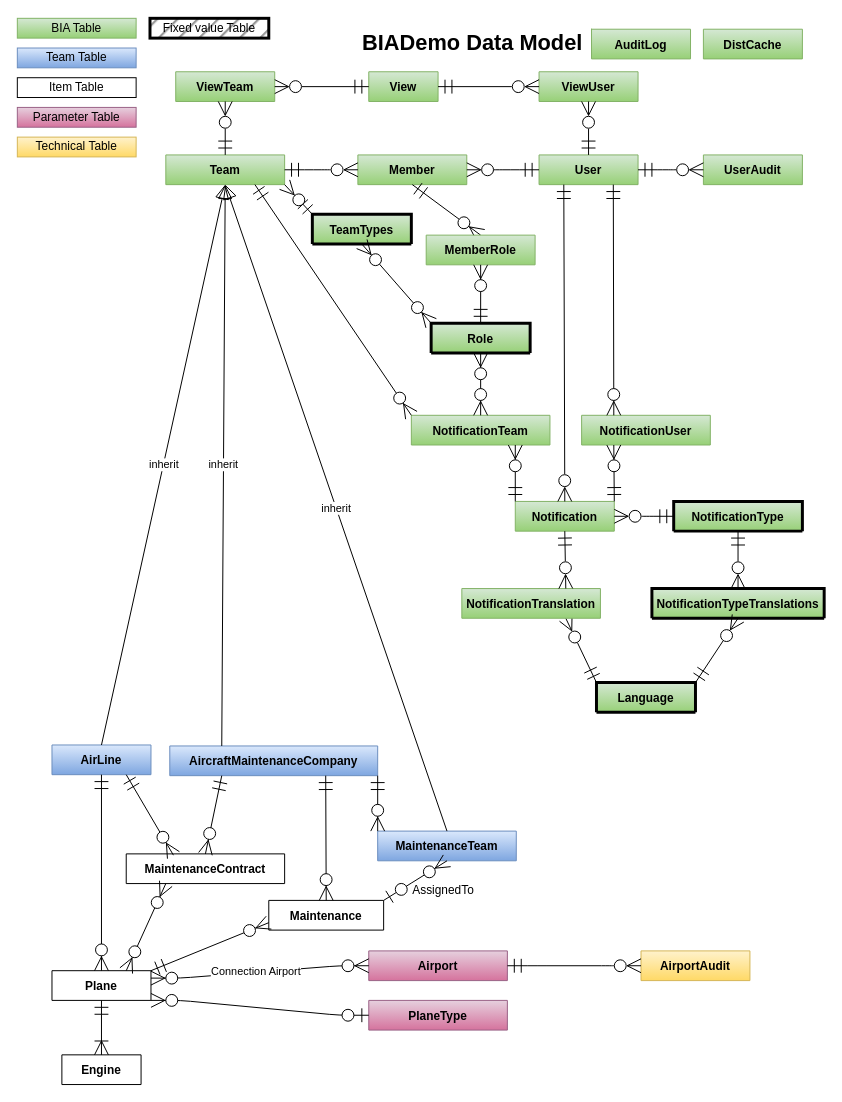
Above: DataModel.drawio in BIATeam/BIAMonitoring (draw.io), before the change. Source tidied: cells renumbered, new cells numbered last; positions are measured from the earlier drawing's top-left corner, leaving out a move shared by most shapes. Both pictures are drawn from the tidied source at 99%, with x=0, y=0 at pixel (17, 18).
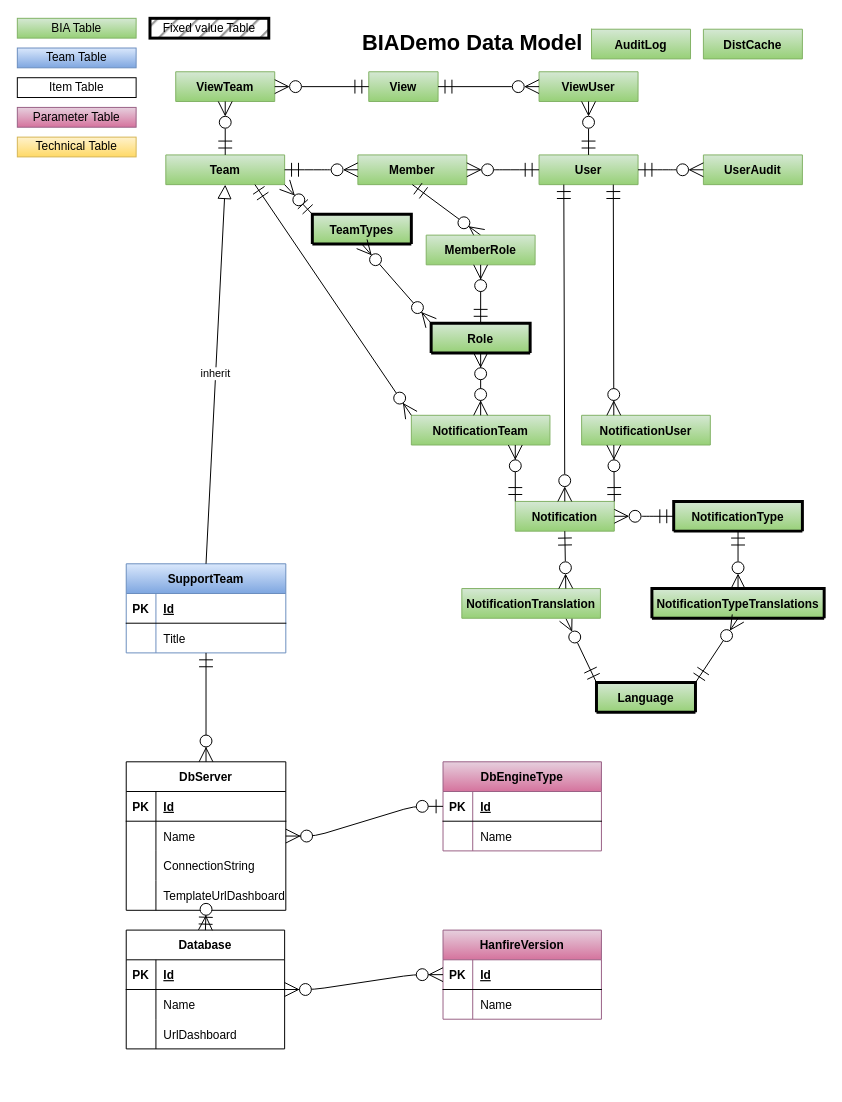
The same page after the edit.

Commit message (it also covers changes not shown here):
prepare model

The change refers to these unchanged cells:
```xml
<mxCell id="2" value="Team" style="shape=table;startSize=30;childLayout=tableLayout;rowLines=0;fontStyle=1;align=center;fillColor=#d5e8d4;gradientColor=#97d077;strokeColor=#82b366;" parent="1" vertex="1" collapsed="1">
  <mxGeometry x="150" y="138" width="120" height="30" as="geometry" />
</mxCell>
```

Change to the diagram source:
```diff
@@
-    <mxCell id="9" value="AirLine" style="shape=table;startSize=30;childLayout=tableLayout;rowLines=0;fontStyle=1;align=center;fillColor=#dae8fc;gradientColor=#7ea6e0;strokeColor=#6c8ebf;" parent="1" vertex="1" collapsed="1">
-      <mxGeometry x="35" y="734" width="100" height="30" as="geometry" />
-    </mxCell>
-    <mxCell id="10" value="inherit" style="endArrow=block;endFill=0;endSize=12;html=1;exitX=0.5;exitY=0;exitDx=0;exitDy=0;entryX=0.5;entryY=1;entryDx=0;entryDy=0;" parent="1" edge="1" source="9" target="2">
-      <mxGeometry relative="1" as="geometry" />
-    </mxCell>
-    <mxCell id="11" value="AircraftMaintenanceCompany" style="shape=table;startSize=30;childLayout=tableLayout;rowLines=0;fontStyle=1;align=center;fillColor=#dae8fc;gradientColor=#7ea6e0;strokeColor=#6c8ebf;" parent="1" vertex="1" collapsed="1">
-      <mxGeometry x="154" y="735" width="210" height="30" as="geometry" />
+    <mxCell id="11" value="SupportTeam" style="shape=table;startSize=30;childLayout=tableLayout;rowLines=0;fontStyle=1;align=center;fillColor=#dae8fc;gradientColor=#7ea6e0;strokeColor=#6c8ebf;" parent="1" vertex="1">
+      <mxGeometry x="110" y="551" width="161.2" height="90" as="geometry" />
     </mxCell>
+    <mxCell id="76" style="shape=tableRow;horizontal=0;startSize=0;swimlaneHead=0;swimlaneBody=0;fillColor=none;top=0;left=0;right=0;bottom=1;" parent="11" vertex="1">
+      <mxGeometry y="30" width="161.2" height="30" as="geometry" />
+    </mxCell>
+    <mxCell id="77" value="PK" style="shape=partialRectangle;fillColor=none;top=0;left=0;bottom=0;right=0;fontStyle=1;overflow=hidden;" parent="76" vertex="1">
+      <mxGeometry width="30" height="30" as="geometry" />
+    </mxCell>
+    <mxCell id="78" value="Id" style="shape=partialRectangle;fillColor=none;top=0;left=0;bottom=0;right=0;align=left;spacingLeft=6;fontStyle=5;overflow=hidden;" parent="76" vertex="1">
+      <mxGeometry x="30" width="131.2" height="30" as="geometry" />
+    </mxCell>
+    <mxCell id="79" style="shape=tableRow;horizontal=0;startSize=0;swimlaneHead=0;swimlaneBody=0;fillColor=none;top=0;left=0;right=0;bottom=0;" parent="11" vertex="1">
+      <mxGeometry y="60" width="161.2" height="30" as="geometry" />
+    </mxCell>
+    <mxCell id="80" style="shape=partialRectangle;fillColor=none;top=0;left=0;bottom=0;right=0;overflow=hidden;" parent="79" vertex="1">
+      <mxGeometry width="30" height="30" as="geometry" />
+    </mxCell>
+    <mxCell id="81" value="Title" style="shape=partialRectangle;fillColor=none;top=0;left=0;bottom=0;right=0;align=left;spacingLeft=6;overflow=hidden;" parent="79" vertex="1">
+      <mxGeometry x="30" width="131.2" height="30" as="geometry" />
+    </mxCell>
-    <mxCell id="12" value="inherit" style="endArrow=block;endFill=0;endSize=12;html=1;entryX=0.5;entryY=1;entryDx=0;entryDy=0;exitX=0.25;exitY=0;exitDx=0;exitDy=0;" parent="1" edge="1" source="11" target="2">
+    <mxCell id="12" value="inherit" style="endArrow=block;endFill=0;endSize=12;html=1;entryX=0.5;entryY=1;entryDx=0;entryDy=0;exitX=0.5;exitY=0;exitDx=0;exitDy=0;" parent="1" edge="1" source="11" target="2">
       <mxGeometry relative="1" as="geometry" />
     </mxCell>
-    <mxCell id="13" value="MaintenanceTeam" style="shape=table;startSize=30;childLayout=tableLayout;rowLines=0;fontStyle=1;align=center;fillColor=#dae8fc;gradientColor=#7ea6e0;strokeColor=#6c8ebf;" parent="1" vertex="1" collapsed="1">
-      <mxGeometry x="364" y="821" width="140" height="30" as="geometry" />
-    </mxCell>
-    <mxCell id="14" value="inherit" style="endArrow=block;endFill=0;endSize=12;html=1;exitX=0.5;exitY=0;exitDx=0;exitDy=0;entryX=0.5;entryY=1;entryDx=0;entryDy=0;" parent="1" edge="1" source="13" target="2">
-      <mxGeometry relative="1" as="geometry" />
-    </mxCell>
-    <mxCell id="15" style="fontSize=12;html=1;endArrow=ERzeroToMany;endFill=1;startSize=12;exitX=1;exitY=1;exitDx=0;exitDy=0;entryX=0;entryY=0;entryDx=0;entryDy=0;startArrow=ERmandOne;startFill=0;endSize=12;" parent="1" edge="1" source="11" target="13">
-      <mxGeometry relative="1" as="geometry" />
-    </mxCell>
-    <mxCell id="16" value="Plane" style="shape=table;startSize=30;childLayout=tableLayout;rowLines=0;fontStyle=1;align=center;" parent="1" vertex="1" collapsed="1">
-      <mxGeometry x="35" y="962" width="100" height="30" as="geometry" />
+    <mxCell id="16" value="Database" style="shape=table;startSize=30;childLayout=tableLayout;rowLines=0;fontStyle=1;align=center;" parent="1" vertex="1">
+      <mxGeometry x="110" y="921" width="160" height="120" as="geometry" />
     </mxCell>
+    <mxCell id="82" style="shape=tableRow;horizontal=0;startSize=0;swimlaneHead=0;swimlaneBody=0;fillColor=none;top=0;left=0;right=0;bottom=1;" parent="16" vertex="1">
+      <mxGeometry y="30" width="160" height="30" as="geometry" />
+    </mxCell>
+    <mxCell id="83" value="PK" style="shape=partialRectangle;fillColor=none;top=0;left=0;bottom=0;right=0;fontStyle=1;overflow=hidden;" parent="82" vertex="1">
+      <mxGeometry width="30" height="30" as="geometry" />
+    </mxCell>
+    <mxCell id="84" value="Id" style="shape=partialRectangle;fillColor=none;top=0;left=0;bottom=0;right=0;align=left;spacingLeft=6;fontStyle=5;overflow=hidden;" parent="82" vertex="1">
+      <mxGeometry x="30" width="130" height="30" as="geometry" />
+    </mxCell>
+    <mxCell id="85" style="shape=tableRow;horizontal=0;startSize=0;swimlaneHead=0;swimlaneBody=0;fillColor=none;top=0;left=0;right=0;bottom=0;" parent="16" vertex="1">
+      <mxGeometry y="60" width="160" height="30" as="geometry" />
+    </mxCell>
+    <mxCell id="86" style="shape=partialRectangle;fillColor=none;top=0;left=0;bottom=0;right=0;overflow=hidden;" parent="85" vertex="1">
+      <mxGeometry width="30" height="30" as="geometry" />
+    </mxCell>
+    <mxCell id="87" value="Name" style="shape=partialRectangle;fillColor=none;top=0;left=0;bottom=0;right=0;align=left;spacingLeft=6;overflow=hidden;" parent="85" vertex="1">
+      <mxGeometry x="30" width="130" height="30" as="geometry" />
+    </mxCell>
+    <mxCell id="88" style="shape=tableRow;horizontal=0;startSize=0;swimlaneHead=0;swimlaneBody=0;fillColor=none;top=0;left=0;right=0;bottom=0;" parent="16" vertex="1">
+      <mxGeometry y="90" width="160" height="30" as="geometry" />
+    </mxCell>
+    <mxCell id="89" style="shape=partialRectangle;fillColor=none;top=0;left=0;bottom=0;right=0;overflow=hidden;" parent="88" vertex="1">
+      <mxGeometry width="30" height="30" as="geometry" />
+    </mxCell>
+    <mxCell id="90" value="UrlDashboard" style="shape=partialRectangle;fillColor=none;top=0;left=0;bottom=0;right=0;align=left;spacingLeft=6;overflow=hidden;" parent="88" vertex="1">
+      <mxGeometry x="30" width="130" height="30" as="geometry" />
+    </mxCell>
-    <mxCell id="17" value="Airport" style="shape=table;startSize=30;childLayout=tableLayout;rowLines=0;fontStyle=1;align=center;fillColor=#e6d0de;strokeColor=#996185;gradientColor=#d5739d;" parent="1" vertex="1" collapsed="1">
-      <mxGeometry x="355" y="942" width="140" height="30" as="geometry" />
+    <mxCell id="17" value="HanfireVersion" style="shape=table;startSize=30;childLayout=tableLayout;rowLines=0;fontStyle=1;align=center;fillColor=#e6d0de;strokeColor=#996185;gradientColor=#d5739d;" parent="1" vertex="1">
+      <mxGeometry x="430" y="921" width="160" height="90" as="geometry" />
     </mxCell>
+    <mxCell id="91" style="shape=tableRow;horizontal=0;startSize=0;swimlaneHead=0;swimlaneBody=0;fillColor=none;top=0;left=0;right=0;bottom=1;" parent="17" vertex="1">
+      <mxGeometry y="30" width="160" height="30" as="geometry" />
+    </mxCell>
+    <mxCell id="92" value="PK" style="shape=partialRectangle;fillColor=none;top=0;left=0;bottom=0;right=0;fontStyle=1;overflow=hidden;" parent="91" vertex="1">
+      <mxGeometry width="30" height="30" as="geometry" />
+    </mxCell>
+    <mxCell id="93" value="Id" style="shape=partialRectangle;fillColor=none;top=0;left=0;bottom=0;right=0;align=left;spacingLeft=6;fontStyle=5;overflow=hidden;" parent="91" vertex="1">
+      <mxGeometry x="30" width="130" height="30" as="geometry" />
+    </mxCell>
+    <mxCell id="94" style="shape=tableRow;horizontal=0;startSize=0;swimlaneHead=0;swimlaneBody=0;fillColor=none;top=0;left=0;right=0;bottom=0;" parent="17" vertex="1">
+      <mxGeometry y="60" width="160" height="30" as="geometry" />
+    </mxCell>
+    <mxCell id="95" style="shape=partialRectangle;fillColor=none;top=0;left=0;bottom=0;right=0;overflow=hidden;" parent="94" vertex="1">
+      <mxGeometry width="30" height="30" as="geometry" />
+    </mxCell>
+    <mxCell id="96" value="Name" style="shape=partialRectangle;fillColor=none;top=0;left=0;bottom=0;right=0;align=left;spacingLeft=6;overflow=hidden;" parent="94" vertex="1">
+      <mxGeometry x="30" width="130" height="30" as="geometry" />
+    </mxCell>
-    <mxCell id="18" style="edgeStyle=entityRelationEdgeStyle;fontSize=12;html=1;endArrow=ERzeroToMany;endFill=1;startArrow=ERzeroToMany;startSize=12;exitX=1;exitY=0.25;exitDx=0;exitDy=0;entryX=0;entryY=0.5;entryDx=0;entryDy=0;endSize=12;" parent="1" edge="1" source="16" target="17">
+    <mxCell id="18" style="edgeStyle=entityRelationEdgeStyle;fontSize=12;html=1;endArrow=ERzeroToMany;endFill=1;startArrow=ERzeroToMany;startSize=12;exitX=1;exitY=0.5;exitDx=0;exitDy=0;entryX=0;entryY=0.5;entryDx=0;entryDy=0;endSize=12;" parent="1" edge="1" source="16" target="17">
       <mxGeometry relative="1" as="geometry" />
     </mxCell>
-    <mxCell id="19" value="Connection Airport" style="edgeLabel;html=1;align=center;verticalAlign=middle;" parent="18" vertex="1">
-      <mxGeometry x="-0.12" y="-1" relative="1" as="geometry">
-        <mxPoint x="9" y="-3" as="offset" />
-      </mxGeometry>
-    </mxCell>
-    <mxCell id="20" value="PlaneType" style="shape=table;startSize=30;childLayout=tableLayout;rowLines=0;fontStyle=1;align=center;fillColor=#e6d0de;strokeColor=#996185;gradientColor=#d5739d;" parent="1" vertex="1" collapsed="1">
-      <mxGeometry x="355" y="992" width="140" height="30" as="geometry" />
+    <mxCell id="20" value="DbEngineType" style="shape=table;startSize=30;childLayout=tableLayout;rowLines=0;fontStyle=1;align=center;fillColor=#e6d0de;strokeColor=#996185;gradientColor=#d5739d;" parent="1" vertex="1">
+      <mxGeometry x="430" y="751" width="160" height="90" as="geometry" />
     </mxCell>
+    <mxCell id="97" style="shape=tableRow;horizontal=0;startSize=0;swimlaneHead=0;swimlaneBody=0;fillColor=none;top=0;left=0;right=0;bottom=1;" parent="20" vertex="1">
+      <mxGeometry y="30" width="160" height="30" as="geometry" />
+    </mxCell>
+    <mxCell id="98" value="PK" style="shape=partialRectangle;fillColor=none;top=0;left=0;bottom=0;right=0;fontStyle=1;overflow=hidden;" parent="97" vertex="1">
+      <mxGeometry width="30" height="30" as="geometry" />
+    </mxCell>
+    <mxCell id="99" value="Id" style="shape=partialRectangle;fillColor=none;top=0;left=0;bottom=0;right=0;align=left;spacingLeft=6;fontStyle=5;overflow=hidden;" parent="97" vertex="1">
+      <mxGeometry x="30" width="130" height="30" as="geometry" />
+    </mxCell>
+    <mxCell id="100" style="shape=tableRow;horizontal=0;startSize=0;swimlaneHead=0;swimlaneBody=0;fillColor=none;top=0;left=0;right=0;bottom=0;" parent="20" vertex="1">
+      <mxGeometry y="60" width="160" height="30" as="geometry" />
+    </mxCell>
+    <mxCell id="101" style="shape=partialRectangle;fillColor=none;top=0;left=0;bottom=0;right=0;overflow=hidden;" parent="100" vertex="1">
+      <mxGeometry width="30" height="30" as="geometry" />
+    </mxCell>
+    <mxCell id="102" value="Name" style="shape=partialRectangle;fillColor=none;top=0;left=0;bottom=0;right=0;align=left;spacingLeft=6;overflow=hidden;" parent="100" vertex="1">
+      <mxGeometry x="30" width="130" height="30" as="geometry" />
+    </mxCell>
-    <mxCell id="21" style="edgeStyle=entityRelationEdgeStyle;fontSize=12;html=1;endArrow=ERzeroToMany;startArrow=ERzeroToOne;startSize=12;endSize=12;exitX=0;exitY=0.5;exitDx=0;exitDy=0;entryX=1;entryY=1;entryDx=0;entryDy=0;" parent="1" edge="1" source="20" target="16">
+    <mxCell id="21" style="edgeStyle=entityRelationEdgeStyle;fontSize=12;html=1;endArrow=ERzeroToMany;startArrow=ERzeroToOne;startSize=12;endSize=12;exitX=0;exitY=0.5;exitDx=0;exitDy=0;entryX=1;entryY=0.5;entryDx=0;entryDy=0;" parent="1" edge="1" source="20" target="68">
       <mxGeometry relative="1" as="geometry" />
     </mxCell>
-    <mxCell id="22" style="fontSize=12;html=1;endArrow=ERzeroToMany;startArrow=ERmandOne;startSize=12;endSize=12;exitX=0.5;exitY=1;exitDx=0;exitDy=0;entryX=0.5;entryY=0;entryDx=0;entryDy=0;" parent="1" edge="1" source="9" target="16">
-      <mxGeometry relative="1" as="geometry" />
-    </mxCell>
@@
-    <mxCell id="43" value="AirportAudit" style="shape=table;startSize=30;childLayout=tableLayout;rowLines=0;fontStyle=1;align=center;fillColor=#fff2cc;gradientColor=#ffd966;strokeColor=#d6b656;" parent="1" vertex="1" collapsed="1">
-      <mxGeometry x="630" y="942" width="110" height="30" as="geometry" />
-    </mxCell>
-    <mxCell id="44" style="edgeStyle=entityRelationEdgeStyle;fontSize=12;html=1;endArrow=ERzeroToMany;startSize=12;entryX=0;entryY=0.5;entryDx=0;entryDy=0;startArrow=ERmandOne;startFill=0;endSize=12;endFill=0;exitX=1;exitY=0.5;exitDx=0;exitDy=0;" parent="1" edge="1" source="17" target="43">
-      <mxGeometry relative="1" as="geometry" />
-    </mxCell>
@@
-    <mxCell id="66" value="Engine" style="shape=table;startSize=30;childLayout=tableLayout;rowLines=0;fontStyle=1;align=center;" parent="1" vertex="1" collapsed="1">
-      <mxGeometry x="45" y="1047" width="80" height="30" as="geometry" />
-    </mxCell>
-    <mxCell id="67" style="fontSize=12;html=1;endArrow=ERoneToMany;startArrow=ERmandOne;entryX=0.5;entryY=0;entryDx=0;entryDy=0;exitX=0.5;exitY=1;exitDx=0;exitDy=0;endSize=12;startSize=12;startFill=0;" parent="1" edge="1" source="16" target="66">
-      <mxGeometry relative="1" as="geometry" />
-    </mxCell>
-    <mxCell id="68" value="MaintenanceContract" style="shape=table;startSize=30;childLayout=tableLayout;rowLines=0;fontStyle=1;align=center;" parent="1" vertex="1" collapsed="1">
-      <mxGeometry x="110" y="844" width="160" height="30" as="geometry" />
+    <mxCell id="68" value="DbServer" style="shape=table;startSize=30;childLayout=tableLayout;rowLines=0;fontStyle=1;align=center;" parent="1" vertex="1">
+      <mxGeometry x="110" y="751" width="161.2" height="150" as="geometry" />
     </mxCell>
-    <mxCell id="69" style="fontSize=12;html=1;endArrow=ERzeroToMany;endFill=1;exitX=0.75;exitY=1;exitDx=0;exitDy=0;endSize=12;startSize=12;entryX=0.298;entryY=0.044;entryDx=0;entryDy=0;entryPerimeter=0;startArrow=ERmandOne;startFill=0;" parent="1" edge="1" source="9" target="68">
-      <mxGeometry relative="1" as="geometry" />
-    </mxCell>
+    <mxCell id="103" style="shape=tableRow;horizontal=0;startSize=0;swimlaneHead=0;swimlaneBody=0;fillColor=none;top=0;left=0;right=0;bottom=1;" parent="68" vertex="1">
+      <mxGeometry y="30" width="161.2" height="30" as="geometry" />
+    </mxCell>
+    <mxCell id="104" value="PK" style="shape=partialRectangle;fillColor=none;top=0;left=0;bottom=0;right=0;fontStyle=1;overflow=hidden;" parent="103" vertex="1">
+      <mxGeometry width="30" height="30" as="geometry" />
+    </mxCell>
+    <mxCell id="105" value="Id" style="shape=partialRectangle;fillColor=none;top=0;left=0;bottom=0;right=0;align=left;spacingLeft=6;fontStyle=5;overflow=hidden;" parent="103" vertex="1">
+      <mxGeometry x="30" width="131.2" height="30" as="geometry" />
+    </mxCell>
+    <mxCell id="106" style="shape=tableRow;horizontal=0;startSize=0;swimlaneHead=0;swimlaneBody=0;fillColor=none;top=0;left=0;right=0;bottom=0;" parent="68" vertex="1">
+      <mxGeometry y="60" width="161.2" height="30" as="geometry" />
+    </mxCell>
+    <mxCell id="107" style="shape=partialRectangle;fillColor=none;top=0;left=0;bottom=0;right=0;overflow=hidden;" parent="106" vertex="1">
+      <mxGeometry width="30" height="30" as="geometry" />
+    </mxCell>
+    <mxCell id="108" value="Name" style="shape=partialRectangle;fillColor=none;top=0;left=0;bottom=0;right=0;align=left;spacingLeft=6;overflow=hidden;" parent="106" vertex="1">
+      <mxGeometry x="30" width="131.2" height="30" as="geometry" />
+    </mxCell>
+    <mxCell id="109" style="shape=tableRow;horizontal=0;startSize=0;swimlaneHead=0;swimlaneBody=0;fillColor=none;top=0;left=0;right=0;bottom=0;" parent="68" vertex="1">
+      <mxGeometry y="90" width="161.2" height="30" as="geometry" />
+    </mxCell>
+    <mxCell id="110" style="shape=partialRectangle;fillColor=none;top=0;left=0;bottom=0;right=0;overflow=hidden;" parent="109" vertex="1">
+      <mxGeometry width="30" height="30" as="geometry" />
+    </mxCell>
+    <mxCell id="111" value="ConnectionString" style="shape=partialRectangle;fillColor=none;top=0;left=0;bottom=0;right=0;align=left;spacingLeft=6;overflow=hidden;" parent="109" vertex="1">
+      <mxGeometry x="30" width="131.2" height="30" as="geometry" />
+    </mxCell>
+    <mxCell id="112" style="shape=tableRow;horizontal=0;startSize=0;swimlaneHead=0;swimlaneBody=0;fillColor=none;top=0;left=0;right=0;bottom=0;" parent="68" vertex="1">
+      <mxGeometry y="120" width="161.2" height="30" as="geometry" />
+    </mxCell>
+    <mxCell id="113" style="shape=partialRectangle;fillColor=none;top=0;left=0;bottom=0;right=0;overflow=hidden;" parent="112" vertex="1">
+      <mxGeometry width="30" height="30" as="geometry" />
+    </mxCell>
+    <mxCell id="114" value="TemplateUrlDashboard" style="shape=partialRectangle;fillColor=none;top=0;left=0;bottom=0;right=0;align=left;spacingLeft=6;overflow=hidden;" parent="112" vertex="1">
+      <mxGeometry x="30" width="131.2" height="30" as="geometry" />
+    </mxCell>
-    <mxCell id="70" style="fontSize=12;html=1;endArrow=ERzeroToMany;endFill=1;startSize=12;endSize=12;exitX=0.25;exitY=1;exitDx=0;exitDy=0;entryX=0.5;entryY=0;entryDx=0;entryDy=0;startArrow=ERmandOne;startFill=0;" parent="1" edge="1" source="11" target="68">
+    <mxCell id="70" style="fontSize=12;html=1;endArrow=ERzeroToMany;endFill=1;startSize=12;endSize=12;exitX=0.5;exitY=1;exitDx=0;exitDy=0;entryX=0.5;entryY=0;entryDx=0;entryDy=0;startArrow=ERmandOne;startFill=0;" parent="1" edge="1" source="11" target="68">
       <mxGeometry relative="1" as="geometry" />
     </mxCell>
-    <mxCell id="71" style="fontSize=12;html=1;endArrow=ERzeroToMany;endFill=1;startArrow=ERzeroToMany;startSize=12;endSize=12;exitX=0.75;exitY=0;exitDx=0;exitDy=0;entryX=0.25;entryY=1;entryDx=0;entryDy=0;" parent="1" edge="1" source="16" target="68">
+    <mxCell id="71" style="fontSize=12;html=1;endArrow=ERmandOne;endFill=0;startArrow=ERzeroToMany;startSize=12;endSize=12;exitX=0.5;exitY=0;exitDx=0;exitDy=0;entryX=0.5;entryY=1;entryDx=0;entryDy=0;" parent="1" edge="1" source="16" target="68">
       <mxGeometry relative="1" as="geometry" />
     </mxCell>
-    <mxCell id="72" value="Maintenance" style="shape=table;startSize=30;childLayout=tableLayout;rowLines=0;fontStyle=1;align=center;" parent="1" vertex="1" collapsed="1">
-      <mxGeometry x="254" y="891" width="116" height="30" as="geometry" />
-    </mxCell>
-    <mxCell id="73" style="fontSize=12;html=1;endArrow=ERzeroToMany;startArrow=ERmandOne;startSize=12;endSize=12;entryX=0.5;entryY=0;entryDx=0;entryDy=0;exitX=0.75;exitY=1;exitDx=0;exitDy=0;" parent="1" edge="1" source="11" target="72">
-      <mxGeometry relative="1" as="geometry" />
-    </mxCell>
-    <mxCell id="74" style="fontSize=12;html=1;endArrow=ERzeroToMany;startArrow=ERmandOne;startSize=12;endSize=12;entryX=0;entryY=0.75;entryDx=0;entryDy=0;exitX=1;exitY=0;exitDx=0;exitDy=0;" parent="1" edge="1" source="16" target="72">
-      <mxGeometry relative="1" as="geometry" />
-    </mxCell>
-    <mxCell id="75" value="AssignedTo" style="fontSize=12;html=1;endArrow=ERzeroToMany;startArrow=ERzeroToOne;startSize=12;endSize=12;entryX=0.5;entryY=1;entryDx=0;entryDy=0;exitX=1;exitY=0;exitDx=0;exitDy=0;" parent="1" edge="1" source="72" target="13">
-      <mxGeometry x="0.49" y="-23" relative="1" as="geometry" />
-    </mxCell>
```
